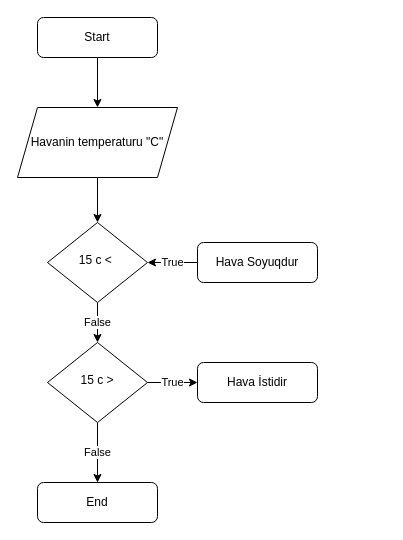
The draw.io diagram Temp Task.drawio in magius007/p136-Mahammad, before the edit. Source tidied: cells renumbered, new cells numbered last; positions are measured from the earlier drawing's top-left corner, leaving out a move shared by most shapes. Both pictures are drawn from the tidied source at 100%, with x=0, y=0 at pixel (17, 17).
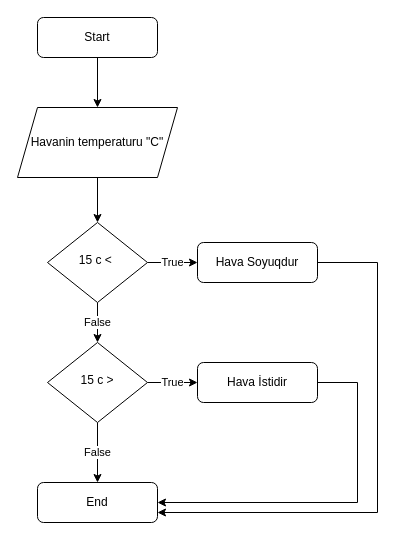
The same page after the edit.

Unchanged cells that the change refers to:
```xml
<mxCell id="5" value="15 c &amp;lt;&amp;nbsp;" style="rhombus;whiteSpace=wrap;html=1;shadow=0;fontFamily=Helvetica;fontSize=12;align=center;strokeWidth=1;spacing=6;spacingTop=-4;" parent="1" vertex="1">
  <mxGeometry x="30" y="205" width="100" height="80" as="geometry" />
</mxCell>
<mxCell id="7" value="Hava Soyuqdur" style="rounded=1;whiteSpace=wrap;html=1;fontSize=12;glass=0;strokeWidth=1;shadow=0;" parent="1" vertex="1">
  <mxGeometry x="180" y="225" width="120" height="40" as="geometry" />
</mxCell>
<mxCell id="11" value="End" style="rounded=1;whiteSpace=wrap;html=1;fontSize=12;glass=0;strokeWidth=1;shadow=0;" parent="1" vertex="1">
  <mxGeometry x="20" y="465" width="120" height="40" as="geometry" />
</mxCell>
<mxCell id="12" value="Hava İstidir" style="rounded=1;whiteSpace=wrap;html=1;fontSize=12;glass=0;strokeWidth=1;shadow=0;" parent="1" vertex="1">
  <mxGeometry x="180" y="345" width="120" height="40" as="geometry" />
</mxCell>
```

The edit, as a diff of the source:
```diff
@@
+    <mxCell id="6" value="True&lt;br&gt;" style="edgeStyle=orthogonalEdgeStyle;rounded=0;jettySize=auto;html=1;" parent="1" edge="1" source="5" target="7">
+      <mxGeometry relative="1" as="geometry" />
+    </mxCell>
@@
-    <mxCell id="6" value="True" style="edgeStyle=orthogonalEdgeStyle;rounded=0;jettySize=auto;html=1;" parent="1" edge="1" source="7" target="5">
-      <mxGeometry relative="1" as="geometry" />
-    </mxCell>
+    <mxCell id="15" style="edgeStyle=orthogonalEdgeStyle;rounded=0;jettySize=auto;html=1;entryX=1;entryY=0.75;entryDx=0;entryDy=0;" parent="1" edge="1" source="7" target="11">
+      <mxGeometry relative="1" as="geometry">
+        <Array as="points">
+          <mxPoint x="360" y="245" />
+          <mxPoint x="360" y="495" />
+        </Array>
+      </mxGeometry>
+    </mxCell>
@@
+    <mxCell id="16" style="edgeStyle=orthogonalEdgeStyle;rounded=0;jettySize=auto;html=1;entryX=1;entryY=0.5;entryDx=0;entryDy=0;" parent="1" edge="1" source="12" target="11">
+      <mxGeometry relative="1" as="geometry">
+        <Array as="points">
+          <mxPoint x="340" y="365" />
+          <mxPoint x="340" y="485" />
+        </Array>
+      </mxGeometry>
+    </mxCell>
```
